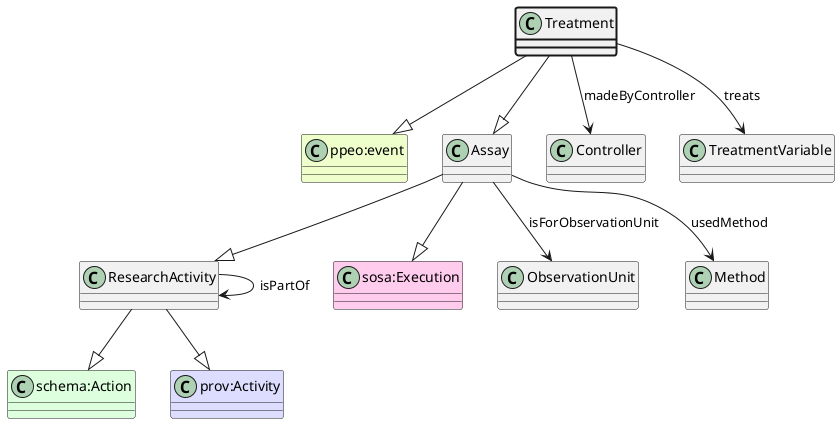
Earlier version of the PlantUML export ttl_uml/ttl_appn_Treatment.png (aus-plant-phenomics-network/appn-schema). Source of this version:
```plantuml
@startuml
class Treatment  #line.bold
class "ppeo:event" #EEFFCC
Treatment --|> "ppeo:event"
class Assay
class ResearchActivity
class "schema:Action" #DDFFDD
ResearchActivity --|> "schema:Action"
class "prov:Activity" #DDDDFF
ResearchActivity --|> "prov:Activity"
Assay --|> ResearchActivity
class "sosa:Execution" #FFCCEE
Assay --|> "sosa:Execution"
Treatment --|> Assay
class Controller
Treatment --> Controller : madeByController
class TreatmentVariable
Treatment --> TreatmentVariable : treats
class ObservationUnit
Assay --> ObservationUnit : isForObservationUnit
class Method
Assay --> Method : usedMethod
class ResearchActivity
ResearchActivity --> ResearchActivity : isPartOf
@enduml
```
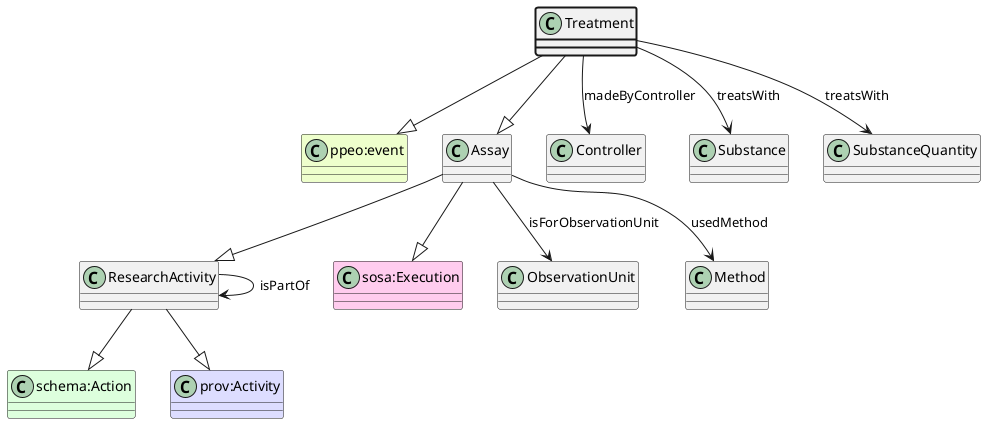
The same diagram one commit later.

Change to the diagram source:
```diff
@@ -14,8 +14,10 @@
 Treatment --|> Assay
 class Controller
 Treatment --> Controller : madeByController
-class TreatmentVariable
-Treatment --> TreatmentVariable : treats
+class Substance
+Treatment --> Substance : treatsWith
+class SubstanceQuantity
+Treatment --> SubstanceQuantity : treatsWith
 class ObservationUnit
 Assay --> ObservationUnit : isForObservationUnit
 class Method
```
